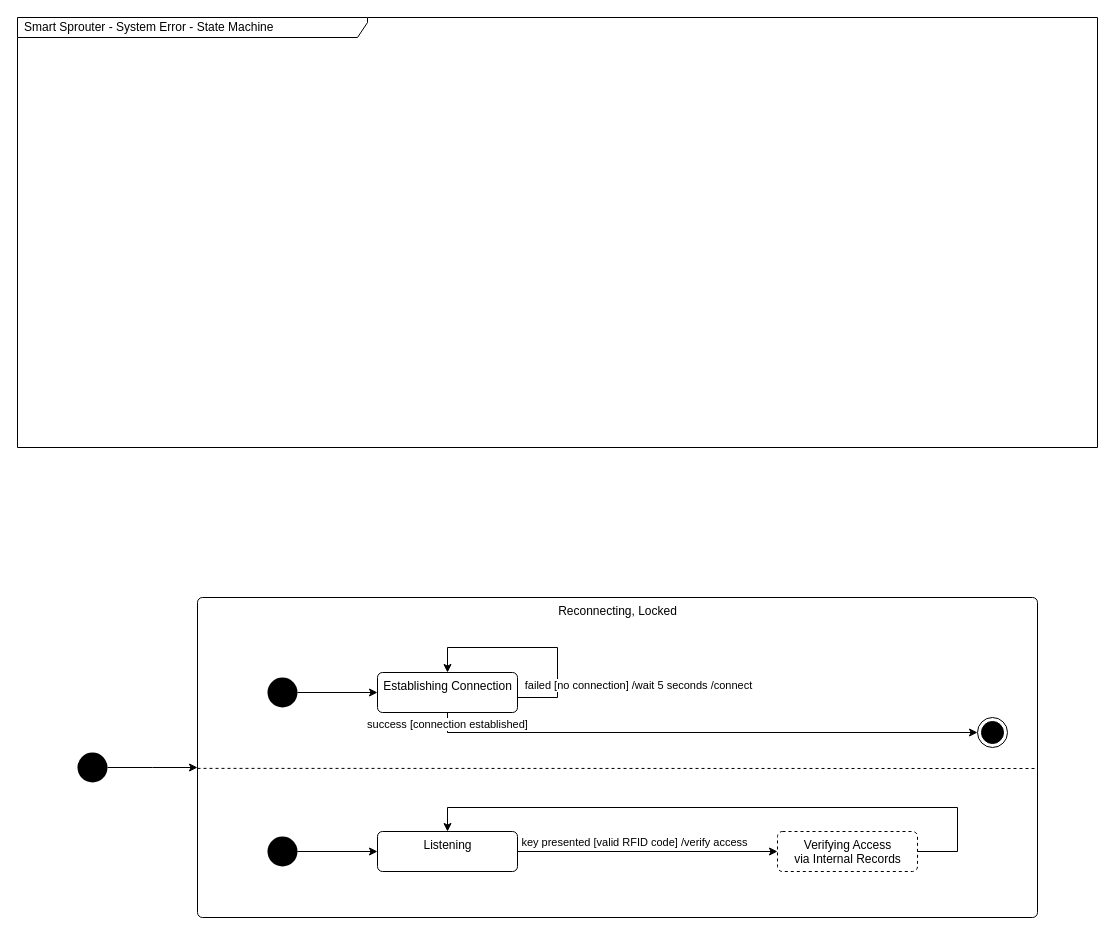
EhudVardi/SmartSprouter keeps this draw.io diagram as page "SystemError" (3 of 12) of Documents/SmartSprouter_SystemFlow.drawio. Above is the earlier version. Source tidied: cells renumbered, new cells numbered last; positions are measured from the earlier drawing's top-left corner, leaving out a move shared by most shapes. Both pictures are drawn from the tidied source at 100%, with x=0, y=0 at pixel (17, 17).
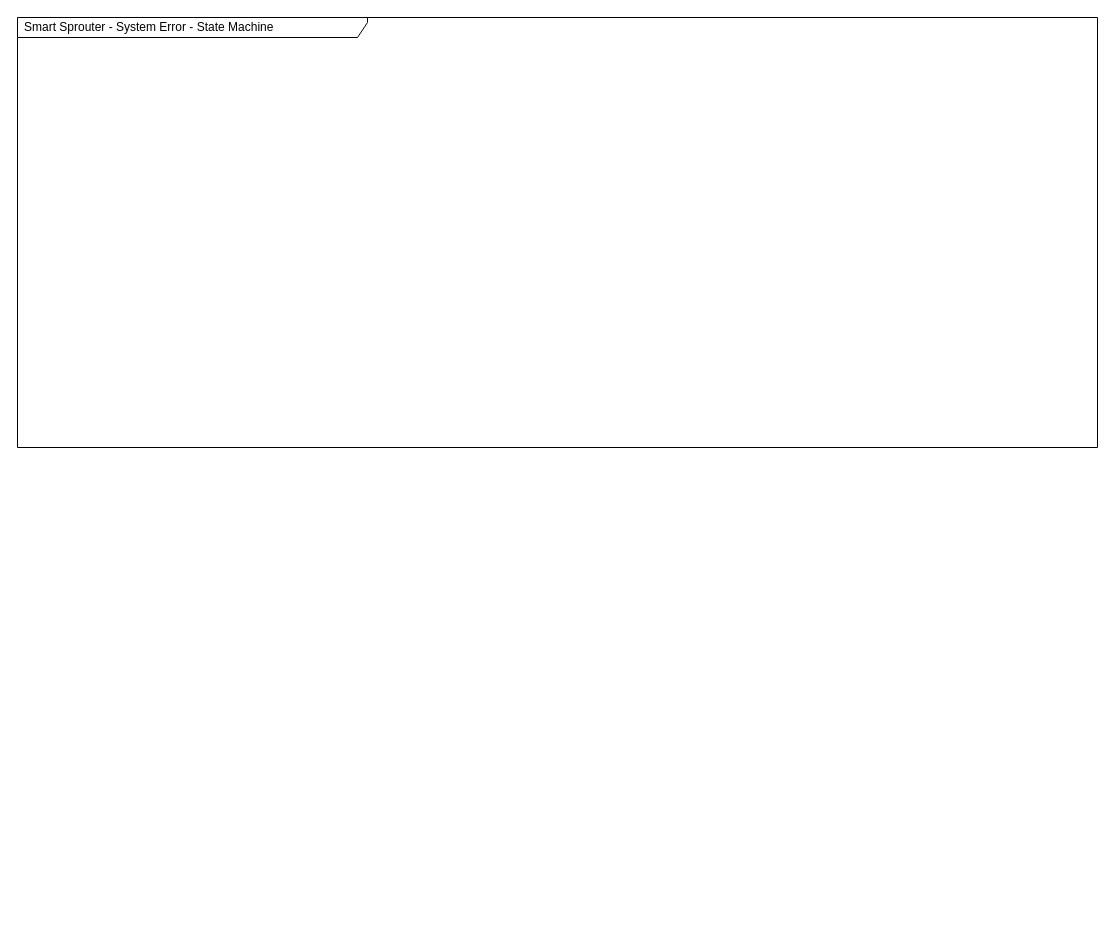
After the change.

Diff of the diagram source:
```diff
@@
-    <mxCell id="2" style="edgeStyle=orthogonalEdgeStyle;rounded=0;jettySize=auto;html=1;" parent="1" edge="1" source="3">
-      <mxGeometry relative="1" as="geometry">
-        <mxPoint x="180" y="750" as="targetPoint" />
-      </mxGeometry>
-    </mxCell>
-    <mxCell id="3" style="ellipse;fillColor=#000000;strokeColor=none;" parent="1" vertex="1">
-      <mxGeometry x="60" y="735" width="30" height="30" as="geometry" />
-    </mxCell>
-    <mxCell id="4" value="Reconnecting, Locked" style="html=1;align=center;verticalAlign=top;rounded=1;absoluteArcSize=1;arcSize=10;dashed=0;fillColor=none;" parent="1" vertex="1">
-      <mxGeometry x="180" y="580" width="840" height="320" as="geometry" />
-    </mxCell>
-    <mxCell id="5" style="edgeStyle=orthogonalEdgeStyle;rounded=0;jettySize=auto;html=1;" parent="1" edge="1" source="6" target="9">
-      <mxGeometry relative="1" as="geometry" />
-    </mxCell>
-    <mxCell id="6" style="ellipse;fillColor=#000000;strokeColor=none;" parent="1" vertex="1">
-      <mxGeometry x="250" y="660" width="30" height="30" as="geometry" />
-    </mxCell>
-    <mxCell id="7" style="edgeStyle=orthogonalEdgeStyle;rounded=0;jettySize=auto;html=1;" parent="1" edge="1" source="9" target="19">
-      <mxGeometry relative="1" as="geometry">
-        <Array as="points">
-          <mxPoint x="430" y="715" />
-        </Array>
-      </mxGeometry>
-    </mxCell>
-    <mxCell id="8" value="success [connection established]" style="edgeLabel;html=1;align=center;verticalAlign=middle;" parent="7" vertex="1">
-      <mxGeometry x="-0.96" y="-1" relative="1" as="geometry" />
-    </mxCell>
-    <mxCell id="9" value="Establishing Connection" style="html=1;align=center;verticalAlign=top;rounded=1;absoluteArcSize=1;arcSize=10;dashed=0;fillColor=none;" parent="1" vertex="1">
-      <mxGeometry x="360" y="655" width="140" height="40" as="geometry" />
-    </mxCell>
-    <mxCell id="10" style="edgeStyle=orthogonalEdgeStyle;rounded=0;orthogonalLoop=1;jettySize=auto;html=1;" parent="1" edge="1" source="9" target="9">
-      <mxGeometry relative="1" as="geometry">
-        <Array as="points">
-          <mxPoint x="540" y="680" />
-          <mxPoint x="510" y="630" />
-        </Array>
-      </mxGeometry>
-    </mxCell>
-    <mxCell id="11" value="failed [no connection] /wait 5 seconds /connect" style="edgeLabel;html=1;align=center;verticalAlign=middle;" parent="10" vertex="1">
-      <mxGeometry x="-0.53" y="-2" relative="1" as="geometry">
-        <mxPoint x="78" as="offset" />
-      </mxGeometry>
-    </mxCell>
-    <mxCell id="12" style="edgeStyle=orthogonalEdgeStyle;rounded=0;jettySize=auto;html=1;" parent="1" edge="1" source="13" target="16">
-      <mxGeometry relative="1" as="geometry" />
-    </mxCell>
-    <mxCell id="13" style="ellipse;fillColor=#000000;strokeColor=none;" parent="1" vertex="1">
-      <mxGeometry x="250" y="819" width="30" height="30" as="geometry" />
-    </mxCell>
-    <mxCell id="14" style="edgeStyle=orthogonalEdgeStyle;rounded=0;jettySize=auto;html=1;" parent="1" edge="1" source="16" target="18">
-      <mxGeometry relative="1" as="geometry" />
-    </mxCell>
-    <mxCell id="15" value="key presented [valid RFID code] /verify access" style="edgeLabel;html=1;align=center;verticalAlign=middle;" parent="14" vertex="1">
-      <mxGeometry x="-0.69" y="-1" relative="1" as="geometry">
-        <mxPoint x="76" y="-11" as="offset" />
-      </mxGeometry>
-    </mxCell>
-    <mxCell id="16" value="Listening" style="html=1;align=center;verticalAlign=top;rounded=1;absoluteArcSize=1;arcSize=10;fillColor=none;" parent="1" vertex="1">
-      <mxGeometry x="360" y="814" width="140" height="40" as="geometry" />
-    </mxCell>
-    <mxCell id="17" style="edgeStyle=orthogonalEdgeStyle;rounded=0;jettySize=auto;html=1;" parent="1" edge="1" source="18" target="16">
-      <mxGeometry relative="1" as="geometry">
-        <Array as="points">
-          <mxPoint x="940" y="834" />
-          <mxPoint x="940" y="790" />
-          <mxPoint x="430" y="790" />
-        </Array>
-      </mxGeometry>
-    </mxCell>
-    <mxCell id="18" value="Verifying Access &lt;br&gt;via Internal Records" style="html=1;align=center;verticalAlign=top;rounded=1;absoluteArcSize=1;arcSize=10;dashed=1;fillColor=none;" parent="1" vertex="1">
-      <mxGeometry x="760" y="814" width="140" height="40" as="geometry" />
-    </mxCell>
-    <mxCell id="19" style="ellipse;html=1;shape=endState;fillColor=#000000;strokeColor=#000000;" parent="1" vertex="1">
-      <mxGeometry x="960" y="700" width="30" height="30" as="geometry" />
-    </mxCell>
-    <mxCell id="20" style="endArrow=none;dashed=1;html=1;rounded=0;exitX=0;exitY=0.534;exitDx=0;exitDy=0;exitPerimeter=0;" parent="1" edge="1" source="4">
-      <mxGeometry relative="1" as="geometry">
-        <mxPoint x="1020" y="751" as="targetPoint" />
-      </mxGeometry>
-    </mxCell>
```
